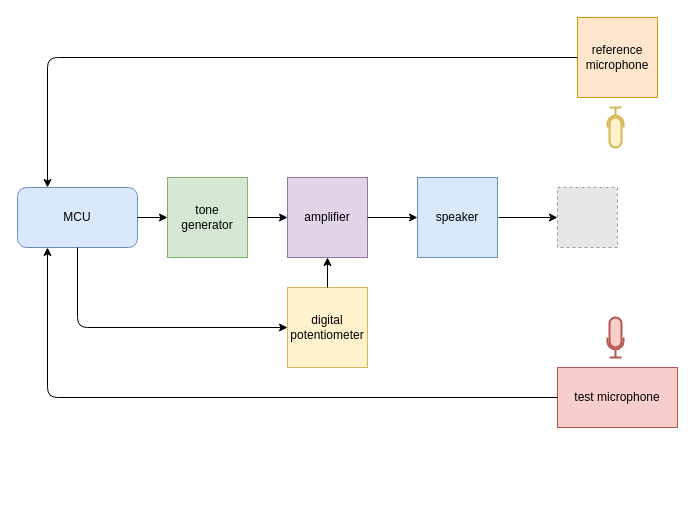
The draw.io diagram gozaresh/Untitled Diagram.drawio in ali-ghazi78/audiometer, before the edit. Source tidied: cells renumbered, new cells numbered last; positions are measured from the earlier drawing's top-left corner, leaving out a move shared by most shapes. Both pictures are drawn from the tidied source at 100%, with x=0, y=0 at pixel (17, 17). Pictures stored in the file or linked from it are replaced by grey dashed boxes.
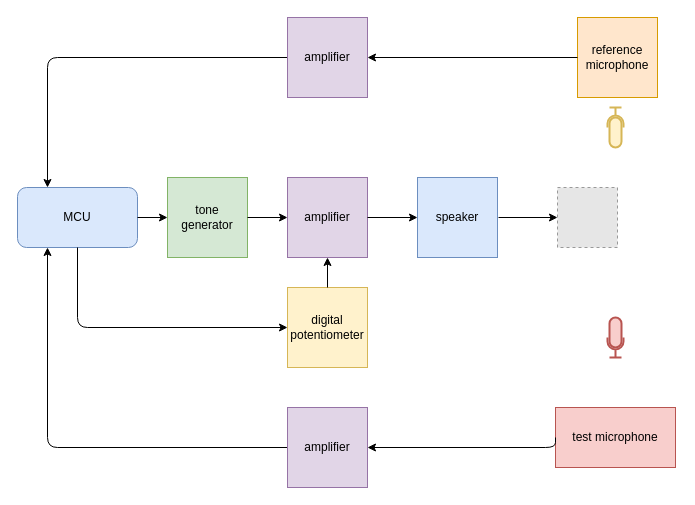
After the change.

The change refers to these unchanged cells:
```xml
<mxCell id="2" value="MCU" style="rounded=1;whiteSpace=wrap;html=1;fillColor=#dae8fc;strokeColor=#6c8ebf;" parent="1" vertex="1">
  <mxGeometry y="170" width="120" height="60" as="geometry" />
</mxCell>
<mxCell id="3" value="reference microphone" style="whiteSpace=wrap;html=1;fillColor=#ffe6cc;strokeColor=#d79b00;" parent="1" vertex="1">
  <mxGeometry x="560" width="80" height="80" as="geometry" />
</mxCell>
```

What changed in the source:
```diff
@@
     <mxCell id="4" value="test microphone" style="rounded=0;whiteSpace=wrap;html=1;fillColor=#f8cecc;strokeColor=#b85450;" parent="1" vertex="1">
-      <mxGeometry x="540" y="350" width="120" height="60" as="geometry" />
+      <mxGeometry x="538" y="390" width="120" height="60" as="geometry" />
     </mxCell>
@@
-    <mxCell id="13" style="edgeStyle=segmentEdgeStyle;endArrow=classic;html=1;exitX=0;exitY=0.5;exitDx=0;exitDy=0;entryX=0.25;entryY=0;entryDx=0;entryDy=0;" parent="1" edge="1" source="3" target="2">
+    <mxCell id="13" style="edgeStyle=segmentEdgeStyle;endArrow=classic;html=1;exitX=0;exitY=0.5;exitDx=0;exitDy=0;entryX=0.25;entryY=0;entryDx=0;entryDy=0;" parent="1" edge="1" source="20" target="2">
       <mxGeometry relative="1" as="geometry">
         <Array as="points">
           <mxPoint x="30" y="40" />
         </Array>
       </mxGeometry>
     </mxCell>
-    <mxCell id="14" style="edgeStyle=segmentEdgeStyle;endArrow=classic;html=1;exitX=0;exitY=0.5;exitDx=0;exitDy=0;entryX=0.25;entryY=1;entryDx=0;entryDy=0;" parent="1" edge="1" source="4" target="2">
-      <mxGeometry relative="1" as="geometry">
-        <Array as="points">
-          <mxPoint x="30" y="380" />
-        </Array>
-      </mxGeometry>
+    <mxCell id="14" style="edgeStyle=segmentEdgeStyle;endArrow=classic;html=1;exitX=0;exitY=0.5;exitDx=0;exitDy=0;entryX=0.25;entryY=1;entryDx=0;entryDy=0;" parent="1" edge="1" source="22" target="2">
+      <mxGeometry relative="1" as="geometry" />
     </mxCell>
@@
+    <mxCell id="20" value="amplifier" style="whiteSpace=wrap;html=1;fillColor=#e1d5e7;strokeColor=#9673a6;" parent="1" vertex="1">
+      <mxGeometry x="270" width="80" height="80" as="geometry" />
+    </mxCell>
+    <mxCell id="21" style="edgeStyle=segmentEdgeStyle;endArrow=classic;html=1;exitX=0;exitY=0.5;exitDx=0;exitDy=0;entryX=1;entryY=0.5;entryDx=0;entryDy=0;" parent="1" edge="1" source="3" target="20">
+      <mxGeometry relative="1" as="geometry" />
+    </mxCell>
+    <mxCell id="22" value="amplifier" style="whiteSpace=wrap;html=1;fillColor=#e1d5e7;strokeColor=#9673a6;" parent="1" vertex="1">
+      <mxGeometry x="270" y="390" width="80" height="80" as="geometry" />
+    </mxCell>
+    <mxCell id="23" style="edgeStyle=segmentEdgeStyle;endArrow=classic;html=1;exitX=0;exitY=0.5;exitDx=0;exitDy=0;entryX=1;entryY=0.5;entryDx=0;entryDy=0;" parent="1" edge="1" source="4" target="22">
+      <mxGeometry relative="1" as="geometry">
+        <Array as="points">
+          <mxPoint x="538" y="430" />
+        </Array>
+      </mxGeometry>
+    </mxCell>
```
